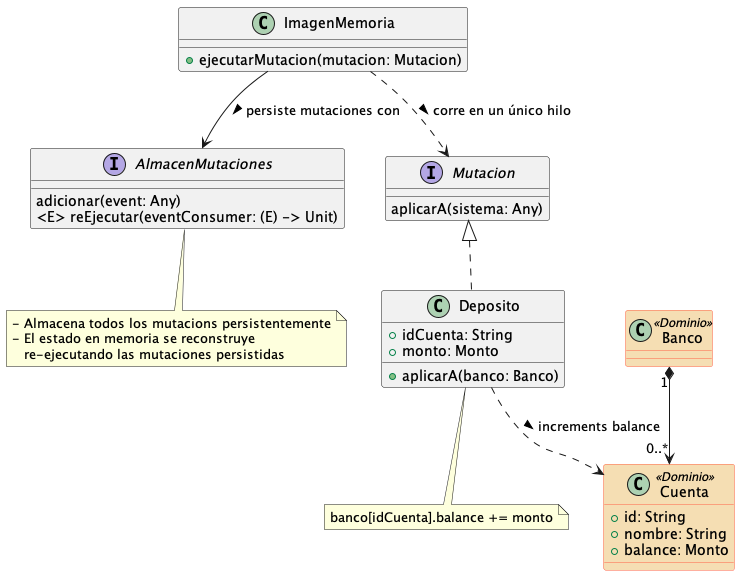
The PlantUML diagram kotlin/docs/img/kmemimg-2.png in xrrocha/jvm-funcional, before a commit. The source it was exported from:
```plantuml
@startuml
skinparam class {
    BackgroundColor<<Dominio>> Wheat
    BorderColor<<Dominio>> Tomato
}

class ImagenMemoria {
    + ejecutarMutacion(mutacion: Mutacion)
}

interface AlmacenMutaciones {
    adicionar(event: Any)
    <E> reEjecutar(eventConsumer: (E) -> Unit)
}
ImagenMemoria --> AlmacenMutaciones: persiste mutaciones con >
note bottom of AlmacenMutaciones
    - Almacena todos los mutacions persistentemente
    - El estado en memoria se reconstruye
       re-ejecutando las mutaciones persistidas
end note

interface Mutacion {
    aplicarA(sistema: Any)
}
ImagenMemoria ..> Mutacion: corre en un único hilo >

class Banco <<Dominio>> {
}
class Cuenta <<Dominio>> {
    + id: String
    + nombre: String
    + balance: Monto
}
Banco "1" *--> "0..*" Cuenta

class Deposito implements Mutacion {
    + idCuenta: String
    + monto: Monto
    + aplicarA(banco: Banco)
}
Deposito ..> Cuenta: increments balance >
note bottom of Deposito
    banco[idCuenta].balance += monto
end note

@enduml
```
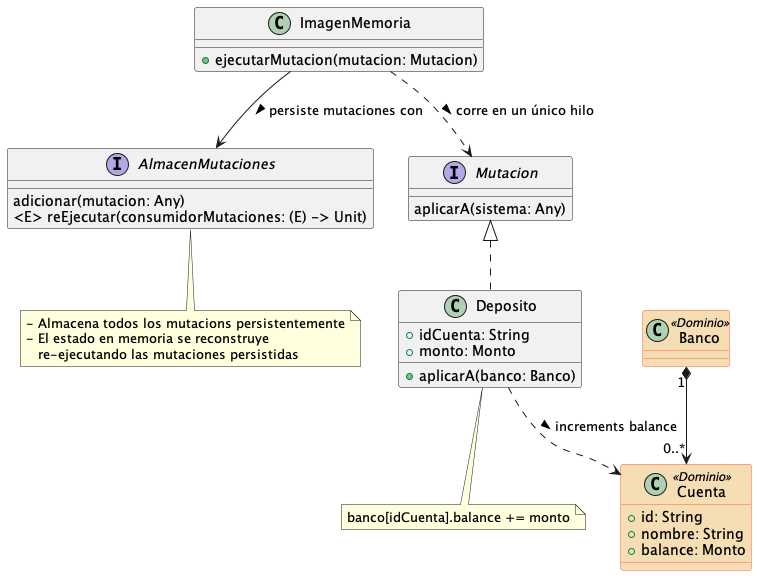
Later version of the same file.

Diff of the diagram source:
```diff
@@ -9,8 +9,8 @@
 }
 
 interface AlmacenMutaciones {
-    adicionar(event: Any)
-    <E> reEjecutar(eventConsumer: (E) -> Unit)
+    adicionar(mutacion: Any)
+    <E> reEjecutar(consumidorMutaciones: (E) -> Unit)
 }
 ImagenMemoria --> AlmacenMutaciones: persiste mutaciones con >
 note bottom of AlmacenMutaciones
```
